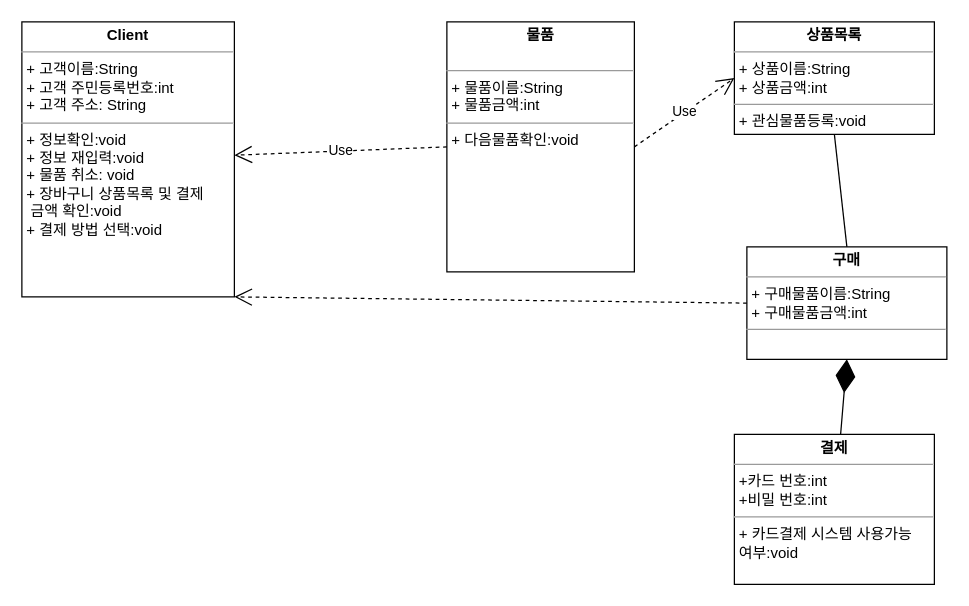
This is [201700069]_이승현_SMD과제_20221206(야).drawio from codefug/uml-learning, a draw.io file, before an edit. Source tidied: cells renumbered, new cells numbered last; positions are measured from the earlier drawing's top-left corner, leaving out a move shared by most shapes. Both pictures are drawn from the tidied source at 125%, with x=0, y=0 at pixel (21, 21).
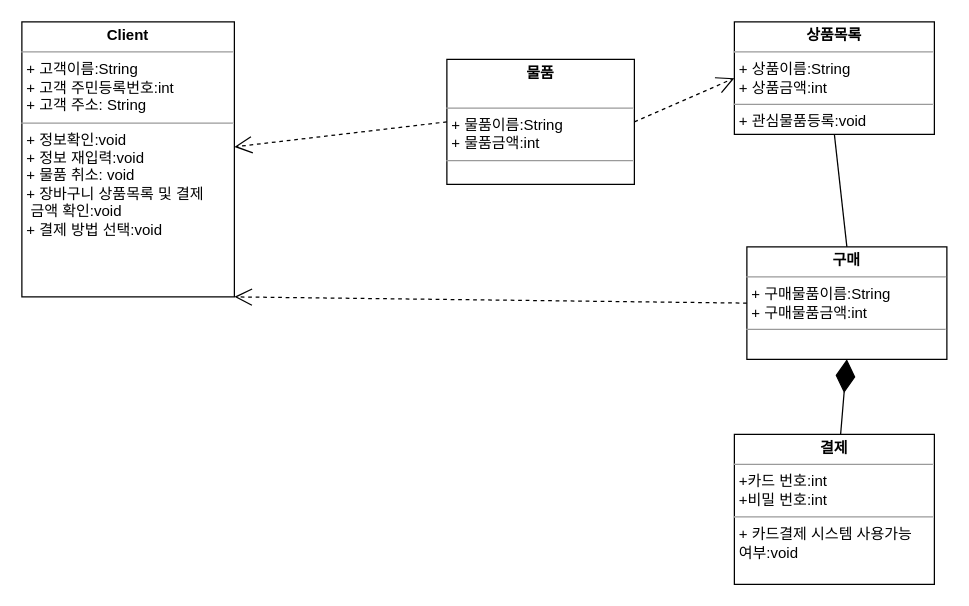
Above is the later version.

Commit message:
[201700069]_이승현_SMD과제_20221206(야).drawio 업데이트

Diff of the diagram source:
```diff
@@
 <mxGraphModel>
   <root>
     <mxCell id="0" />
     <mxCell id="1" parent="0" />
-    <mxCell id="2" value="&lt;p style=&quot;margin:0px;margin-top:4px;text-align:center;&quot;&gt;&lt;b&gt;물품&lt;/b&gt;&lt;/p&gt;&lt;br&gt;&lt;hr size=&quot;1&quot;&gt;&lt;p style=&quot;margin:0px;margin-left:4px;&quot;&gt;+ 물품이름:String&lt;/p&gt;&lt;p style=&quot;margin:0px;margin-left:4px;&quot;&gt;+ 물품금액:int&lt;/p&gt;&lt;hr size=&quot;1&quot;&gt;&lt;p style=&quot;margin:0px;margin-left:4px;&quot;&gt;+ 다음물품확인:void&lt;/p&gt;" style="verticalAlign=top;align=left;overflow=fill;fontSize=12;fontFamily=Helvetica;html=1;" parent="1" vertex="1">
-      <mxGeometry x="340" width="150" height="200" as="geometry" />
+    <mxCell id="2" value="&lt;p style=&quot;margin:0px;margin-top:4px;text-align:center;&quot;&gt;&lt;b&gt;물품&lt;/b&gt;&lt;/p&gt;&lt;br&gt;&lt;hr size=&quot;1&quot;&gt;&lt;p style=&quot;margin:0px;margin-left:4px;&quot;&gt;+ 물품이름:String&lt;/p&gt;&lt;p style=&quot;margin:0px;margin-left:4px;&quot;&gt;+ 물품금액:int&lt;/p&gt;&lt;hr size=&quot;1&quot;&gt;&lt;p style=&quot;margin:0px;margin-left:4px;&quot;&gt;&lt;br&gt;&lt;/p&gt;" style="verticalAlign=top;align=left;overflow=fill;fontSize=12;fontFamily=Helvetica;html=1;" parent="1" vertex="1">
+      <mxGeometry x="340" y="30" width="150" height="100" as="geometry" />
     </mxCell>
     <mxCell id="3" value="&lt;p style=&quot;margin:0px;margin-top:4px;text-align:center;&quot;&gt;&lt;b&gt;구매&lt;/b&gt;&lt;/p&gt;&lt;hr size=&quot;1&quot;&gt;&lt;p style=&quot;margin:0px;margin-left:4px;&quot;&gt;+ 구매물품이름:String&lt;/p&gt;&lt;p style=&quot;margin:0px;margin-left:4px;&quot;&gt;+ 구매물품금액:int&lt;/p&gt;&lt;hr size=&quot;1&quot;&gt;&lt;p style=&quot;margin:0px;margin-left:4px;&quot;&gt;&lt;br&gt;&lt;/p&gt;" style="verticalAlign=top;align=left;overflow=fill;fontSize=12;fontFamily=Helvetica;html=1;" parent="1" vertex="1">
       <mxGeometry x="580" y="180" width="160" height="90" as="geometry" />
     </mxCell>
     <mxCell id="4" value="&lt;p style=&quot;margin:0px;margin-top:4px;text-align:center;&quot;&gt;&lt;b&gt;Client&lt;/b&gt;&lt;/p&gt;&lt;hr size=&quot;1&quot;&gt;&lt;p style=&quot;margin:0px;margin-left:4px;&quot;&gt;+ 고객이름:String&lt;/p&gt;&lt;p style=&quot;margin:0px;margin-left:4px;&quot;&gt;+ 고객 주민등록번호:int&lt;/p&gt;&lt;p style=&quot;margin:0px;margin-left:4px;&quot;&gt;+ 고객 주소: String&lt;/p&gt;&lt;hr size=&quot;1&quot;&gt;&lt;p style=&quot;margin:0px;margin-left:4px;&quot;&gt;+ 정보확인:void&lt;/p&gt;&lt;p style=&quot;margin:0px;margin-left:4px;&quot;&gt;+ 정보 재입력:void&lt;/p&gt;&lt;p style=&quot;margin:0px;margin-left:4px;&quot;&gt;+ 물품 취소: void&lt;/p&gt;&lt;p style=&quot;margin:0px;margin-left:4px;&quot;&gt;+ 장바구니 상품목록 및 결제&lt;/p&gt;&lt;p style=&quot;margin:0px;margin-left:4px;&quot;&gt;&amp;nbsp;금액 확인:void&lt;/p&gt;&lt;p style=&quot;margin:0px;margin-left:4px;&quot;&gt;+ 결제 방법 선택:void&lt;/p&gt;" style="verticalAlign=top;align=left;overflow=fill;fontSize=12;fontFamily=Helvetica;html=1;" parent="1" vertex="1">
       <mxGeometry width="170" height="220" as="geometry" />
     </mxCell>
     <mxCell id="5" value="&lt;p style=&quot;margin:0px;margin-top:4px;text-align:center;&quot;&gt;&lt;b&gt;상품목록&lt;/b&gt;&lt;/p&gt;&lt;hr size=&quot;1&quot;&gt;&lt;p style=&quot;margin:0px;margin-left:4px;&quot;&gt;+ 상품이름:String&lt;/p&gt;&lt;p style=&quot;margin:0px;margin-left:4px;&quot;&gt;+ 상품금액:int&lt;/p&gt;&lt;hr size=&quot;1&quot;&gt;&lt;p style=&quot;margin:0px;margin-left:4px;&quot;&gt;+ 관심물품등록:void&lt;/p&gt;" style="verticalAlign=top;align=left;overflow=fill;fontSize=12;fontFamily=Helvetica;html=1;" parent="1" vertex="1">
       <mxGeometry x="570" width="160" height="90" as="geometry" />
     </mxCell>
     <mxCell id="6" value="&lt;p style=&quot;margin:0px;margin-top:4px;text-align:center;&quot;&gt;&lt;b&gt;결제&lt;/b&gt;&lt;/p&gt;&lt;hr size=&quot;1&quot;&gt;&lt;p style=&quot;margin:0px;margin-left:4px;&quot;&gt;+카드 번호:int&lt;/p&gt;&lt;p style=&quot;margin:0px;margin-left:4px;&quot;&gt;+비밀 번호:int&lt;/p&gt;&lt;hr size=&quot;1&quot;&gt;&lt;p style=&quot;margin:0px;margin-left:4px;&quot;&gt;+ 카드결제 시스템 사용가능&lt;/p&gt;&lt;p style=&quot;margin:0px;margin-left:4px;&quot;&gt;여부:void&lt;/p&gt;" style="verticalAlign=top;align=left;overflow=fill;fontSize=12;fontFamily=Helvetica;html=1;" parent="1" vertex="1">
       <mxGeometry x="570" y="330" width="160" height="120" as="geometry" />
     </mxCell>
     <mxCell id="7" style="endArrow=open;endSize=12;dashed=1;html=1;rounded=0;exitX=0;exitY=0.5;exitDx=0;exitDy=0;" parent="1" edge="1" source="3">
       <mxGeometry relative="1" as="geometry">
         <mxPoint x="170" y="220" as="targetPoint" />
       </mxGeometry>
     </mxCell>
-    <mxCell id="8" value="Use" style="endArrow=open;endSize=12;dashed=1;html=1;rounded=0;exitX=0;exitY=0.5;exitDx=0;exitDy=0;" parent="1" edge="1" source="2" target="4">
+    <mxCell id="8" style="endArrow=open;endSize=12;dashed=1;html=1;rounded=0;exitX=0;exitY=0.5;exitDx=0;exitDy=0;" parent="1" edge="1" source="2" target="4">
       <mxGeometry relative="1" as="geometry" />
     </mxCell>
-    <mxCell id="9" value="Use" style="endArrow=open;endSize=12;dashed=1;html=1;rounded=0;entryX=0;entryY=0.5;entryDx=0;entryDy=0;exitX=1;exitY=0.5;exitDx=0;exitDy=0;" parent="1" edge="1" source="2" target="5">
+    <mxCell id="9" style="endArrow=open;endSize=12;dashed=1;html=1;rounded=0;entryX=0;entryY=0.5;entryDx=0;entryDy=0;exitX=1;exitY=0.5;exitDx=0;exitDy=0;" parent="1" edge="1" source="2" target="5">
       <mxGeometry relative="1" as="geometry" />
     </mxCell>
     <mxCell id="10" style="endArrow=diamondThin;endFill=1;endSize=24;html=1;rounded=0;" parent="1" edge="1" source="6">
       <mxGeometry relative="1" as="geometry">
         <mxPoint x="660" y="270" as="targetPoint" />
       </mxGeometry>
     </mxCell>
     <mxCell id="11" style="endArrow=none;html=1;rounded=0;entryX=0.5;entryY=1;entryDx=0;entryDy=0;exitX=0.5;exitY=0;exitDx=0;exitDy=0;" parent="1" edge="1" source="3" target="5">
       <mxGeometry relative="1" as="geometry" />
     </mxCell>
   </root>
 </mxGraphModel>
```
